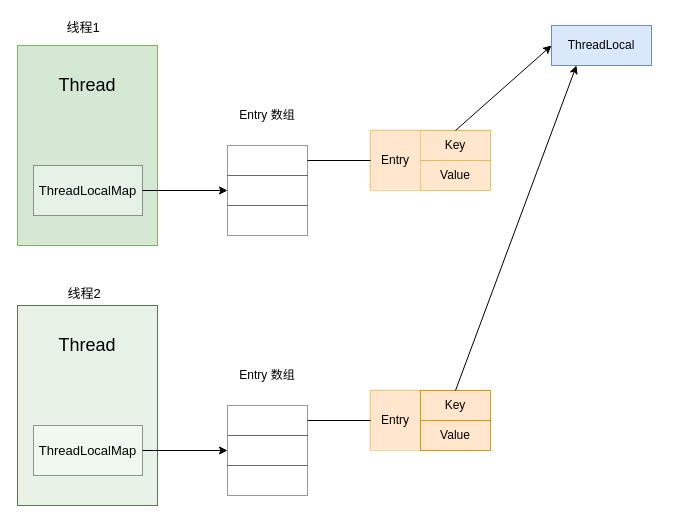
The draw.io diagram knowledge/java/thread/ThreadLocal.drawio in 7polo/resources, before the edit. Source tidied: cells renumbered, new cells numbered last; positions are measured from the earlier drawing's top-left corner, leaving out a move shared by most shapes. Both pictures are drawn from the tidied source at 100%, with x=0, y=0 at pixel (17, 17).
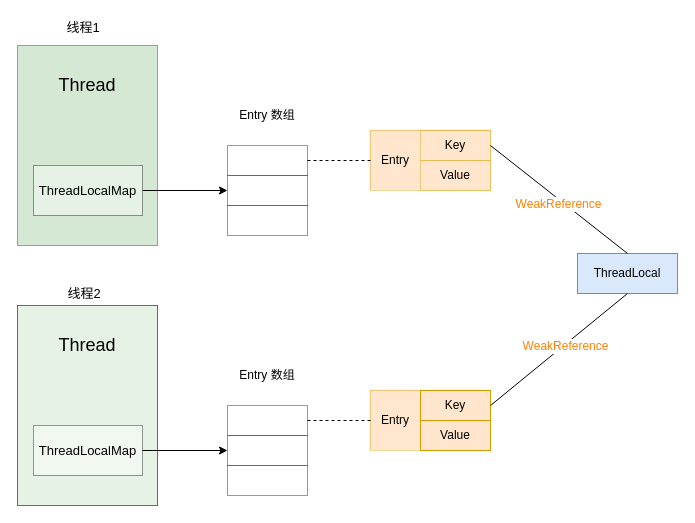
Above is the later version.

Unchanged cells that the change refers to:
```xml
<mxCell id="4" style="rounded=0;whiteSpace=wrap;html=1;labelBackgroundColor=none;opacity=40;fillColor=#ffe6cc;strokeColor=#d79b00;" parent="3" vertex="1">
  <mxGeometry x="1" y="1" width="120" height="60" as="geometry" />
</mxCell>
<mxCell id="5" value="Key" style="rounded=0;whiteSpace=wrap;html=1;labelBackgroundColor=none;opacity=40;fillColor=#ffe6cc;strokeColor=#d79b00;" parent="3" vertex="1">
  <mxGeometry x="51" y="1" width="70" height="30" as="geometry" />
</mxCell>
<mxCell id="15" style="rounded=0;whiteSpace=wrap;html=1;labelBackgroundColor=none;opacity=40;" parent="14" vertex="1">
  <mxGeometry width="80" height="30" as="geometry" />
</mxCell>
<mxCell id="21" style="rounded=0;whiteSpace=wrap;html=1;labelBackgroundColor=none;opacity=40;fillColor=#ffe6cc;strokeColor=#d79b00;" parent="20" vertex="1">
  <mxGeometry x="1" y="1" width="120" height="60" as="geometry" />
</mxCell>
<mxCell id="22" value="Key" style="rounded=0;whiteSpace=wrap;html=1;labelBackgroundColor=none;fillColor=#ffe6cc;strokeColor=#d79b00;" parent="20" vertex="1">
  <mxGeometry x="51" y="1" width="70" height="30" as="geometry" />
</mxCell>
<mxCell id="32" style="rounded=0;whiteSpace=wrap;html=1;labelBackgroundColor=none;opacity=40;" parent="31" vertex="1">
  <mxGeometry width="80" height="30" as="geometry" />
</mxCell>
```

Change to the diagram source:
```diff
@@
     <mxCell id="2" value="ThreadLocal" style="rounded=0;whiteSpace=wrap;html=1;labelBackgroundColor=none;fillColor=#dae8fc;strokeColor=#6c8ebf;" parent="1" vertex="1">
-      <mxGeometry x="534" y="8" width="100" height="40" as="geometry" />
+      <mxGeometry x="560" y="236" width="100" height="40" as="geometry" />
     </mxCell>
@@
-    <mxCell id="12" style="endArrow=classic;html=1;exitX=0.5;exitY=0;exitDx=0;exitDy=0;entryX=0;entryY=0.5;entryDx=0;entryDy=0;" parent="1" edge="1" source="5" target="2">
+    <mxCell id="12" style="endArrow=none;html=1;exitX=0.5;exitY=0;exitDx=0;exitDy=0;entryX=1;entryY=0.5;entryDx=0;entryDy=0;endFill=0;" parent="1" edge="1" source="2" target="5">
       <mxGeometry relative="1" as="geometry" />
     </mxCell>
+    <mxCell id="39" value="&lt;font color=&quot;#ff8000&quot;&gt;WeakReference&lt;/font&gt;" style="text;html=1;align=center;verticalAlign=middle;labelBackgroundColor=#ffffff;" parent="12" vertex="1">
+      <mxGeometry x="-0.01" y="3" relative="1" as="geometry">
+        <mxPoint y="1" as="offset" />
+      </mxGeometry>
+    </mxCell>
@@
-    <mxCell id="18" style="edgeStyle=orthogonalEdgeStyle;rounded=0;jettySize=auto;html=1;exitX=1;exitY=0.5;exitDx=0;exitDy=0;entryX=0;entryY=0.5;entryDx=0;entryDy=0;endArrow=none;endFill=0;" parent="1" edge="1" source="15" target="4">
+    <mxCell id="18" style="edgeStyle=orthogonalEdgeStyle;rounded=0;jettySize=auto;html=1;exitX=1;exitY=0.5;exitDx=0;exitDy=0;entryX=0;entryY=0.5;entryDx=0;entryDy=0;endArrow=none;endFill=0;dashed=1;" parent="1" edge="1" source="15" target="4">
       <mxGeometry relative="1" as="geometry" />
     </mxCell>
@@
-    <mxCell id="29" style="endArrow=classic;html=1;exitX=0.5;exitY=0;exitDx=0;exitDy=0;entryX=0.25;entryY=1;entryDx=0;entryDy=0;" parent="1" edge="1" source="22" target="2">
+    <mxCell id="29" style="endArrow=none;html=1;exitX=0.5;exitY=1;exitDx=0;exitDy=0;entryX=1;entryY=0.5;entryDx=0;entryDy=0;endFill=0;" parent="1" edge="1" source="2" target="22">
       <mxGeometry relative="1" as="geometry" />
     </mxCell>
+    <mxCell id="40" value="&lt;font color=&quot;#ff8000&quot;&gt;WeakReference&lt;/font&gt;" style="text;html=1;align=center;verticalAlign=middle;labelBackgroundColor=#ffffff;" parent="29" vertex="1">
+      <mxGeometry x="-0.09" y="1" relative="1" as="geometry" />
+    </mxCell>
@@
-    <mxCell id="35" style="edgeStyle=orthogonalEdgeStyle;rounded=0;jettySize=auto;html=1;exitX=1;exitY=0.5;exitDx=0;exitDy=0;entryX=0;entryY=0.5;entryDx=0;entryDy=0;endArrow=none;endFill=0;" parent="1" edge="1" source="32" target="21">
+    <mxCell id="35" style="edgeStyle=orthogonalEdgeStyle;rounded=0;jettySize=auto;html=1;exitX=1;exitY=0.5;exitDx=0;exitDy=0;entryX=0;entryY=0.5;entryDx=0;entryDy=0;endArrow=none;endFill=0;dashed=1;" parent="1" edge="1" source="32" target="21">
       <mxGeometry relative="1" as="geometry" />
     </mxCell>
```
